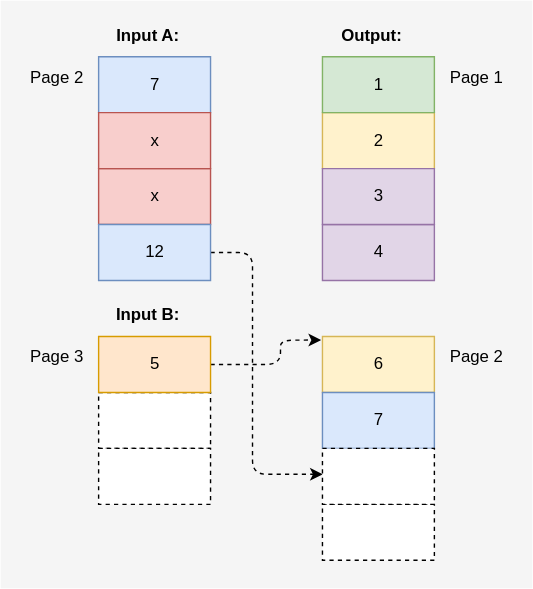
Earlier version of the draw.io export images/MergeResponsesKomplexSolution5.svg (cwahlmann/searchadapter). Source tidied: cells renumbered, new cells last; positions are measured from the earlier drawing's top-left corner, leaving out a move shared by most shapes.
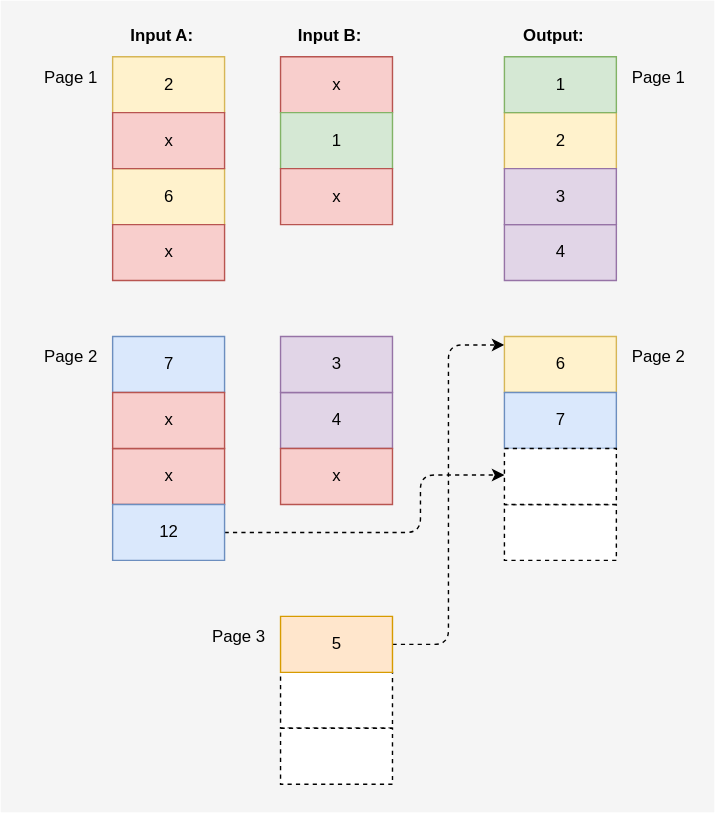
After the change.

Change to the diagram source:
```diff
@@ -3,89 +3,118 @@
     <mxCell id="0" />
     <mxCell id="1" parent="0" />
     <mxCell id="2" style="rounded=0;whiteSpace=wrap;html=1;fillColor=#f5f5f5;strokeColor=none;fontColor=#333333;" parent="1" vertex="1">
-      <mxGeometry width="380" height="420" as="geometry" />
+      <mxGeometry x="80" y="-80" width="510" height="580" as="geometry" />
     </mxCell>
-    <mxCell id="3" value="Page 1" style="text;html=1;align=center;verticalAlign=middle;strokeColor=none;fillColor=none;" parent="1" vertex="1">
-      <mxGeometry x="310" y="40" width="60" height="30" as="geometry" />
-    </mxCell>
-    <mxCell id="4" value="&lt;b&gt;Output:&lt;/b&gt;" style="text;html=1;align=center;verticalAlign=middle;strokeColor=none;fillColor=none;" parent="1" vertex="1">
-      <mxGeometry x="230" y="10" width="70" height="30" as="geometry" />
-    </mxCell>
-    <mxCell id="5" value="2" style="verticalLabelPosition=middle;verticalAlign=middle;html=1;shape=mxgraph.basic.rect;fillColor2=none;strokeWidth=1;size=20;indent=5;labelPosition=center;align=center;fillColor=#fff2cc;strokeColor=#d6b656;" parent="1" vertex="1">
-      <mxGeometry x="230" y="80" width="80" height="40" as="geometry" />
-    </mxCell>
-    <mxCell id="6" value="4" style="verticalLabelPosition=middle;verticalAlign=middle;html=1;shape=mxgraph.basic.rect;fillColor2=none;strokeWidth=1;size=20;indent=5;labelPosition=center;align=center;fillColor=#e1d5e7;strokeColor=#9673a6;" parent="1" vertex="1">
-      <mxGeometry x="230" y="160" width="80" height="40" as="geometry" />
-    </mxCell>
-    <mxCell id="7" value="1" style="verticalLabelPosition=middle;verticalAlign=middle;html=1;shape=mxgraph.basic.rect;fillColor2=none;strokeWidth=1;size=20;indent=5;labelPosition=center;align=center;fillColor=#d5e8d4;strokeColor=#82b366;" parent="1" vertex="1">
-      <mxGeometry x="230" y="40" width="80" height="40" as="geometry" />
-    </mxCell>
-    <mxCell id="8" value="3" style="verticalLabelPosition=middle;verticalAlign=middle;html=1;shape=mxgraph.basic.rect;fillColor2=none;strokeWidth=1;size=20;indent=5;labelPosition=center;align=center;fillColor=#e1d5e7;strokeColor=#9673a6;" parent="1" vertex="1">
-      <mxGeometry x="230" y="120" width="80" height="40" as="geometry" />
-    </mxCell>
-    <mxCell id="9" value="7" style="verticalLabelPosition=middle;verticalAlign=middle;html=1;shape=mxgraph.basic.rect;fillColor2=none;strokeWidth=1;size=20;indent=5;labelPosition=center;align=center;fillColor=#dae8fc;strokeColor=#6c8ebf;" parent="1" vertex="1">
-      <mxGeometry x="70" y="40" width="80" height="40" as="geometry" />
-    </mxCell>
-    <mxCell id="10" value="x" style="verticalLabelPosition=middle;verticalAlign=middle;html=1;shape=mxgraph.basic.rect;fillColor2=none;strokeWidth=1;size=20;indent=5;labelPosition=center;align=center;fillColor=#f8cecc;strokeColor=#b85450;" parent="1" vertex="1">
-      <mxGeometry x="70" y="120" width="80" height="40" as="geometry" />
-    </mxCell>
-    <mxCell id="11" style="edgeStyle=orthogonalEdgeStyle;rounded=1;jettySize=auto;html=1;entryX=0.002;entryY=0.463;entryDx=0;entryDy=0;entryPerimeter=0;dashed=1;" parent="1" edge="1" source="12" target="26">
+    <mxCell id="11" style="edgeStyle=orthogonalEdgeStyle;rounded=1;jettySize=auto;html=1;entryX=0;entryY=0.475;entryDx=0;entryDy=0;entryPerimeter=0;dashed=1;" parent="1" edge="1" target="40">
       <mxGeometry relative="1" as="geometry">
+        <mxPoint x="240" y="300" as="sourcePoint" />
         <Array as="points">
-          <mxPoint x="180" y="180" />
-          <mxPoint x="180" y="339" />
+          <mxPoint x="380" y="300" />
+          <mxPoint x="380" y="259" />
         </Array>
       </mxGeometry>
     </mxCell>
-    <mxCell id="12" value="12" style="verticalLabelPosition=middle;verticalAlign=middle;html=1;shape=mxgraph.basic.rect;fillColor2=none;strokeWidth=1;size=20;indent=5;labelPosition=center;align=center;fillColor=#dae8fc;strokeColor=#6c8ebf;" parent="1" vertex="1">
-      <mxGeometry x="70" y="160" width="80" height="40" as="geometry" />
-    </mxCell>
-    <mxCell id="13" value="Page 2" style="text;html=1;align=center;verticalAlign=middle;strokeColor=none;fillColor=none;" parent="1" vertex="1">
-      <mxGeometry x="10" y="40" width="60" height="30" as="geometry" />
-    </mxCell>
-    <mxCell id="14" value="&lt;b&gt;Input A:&lt;/b&gt;" style="text;html=1;align=center;verticalAlign=middle;strokeColor=none;fillColor=none;" parent="1" vertex="1">
-      <mxGeometry x="70" y="10" width="70" height="30" as="geometry" />
-    </mxCell>
-    <mxCell id="15" value="x" style="verticalLabelPosition=middle;verticalAlign=middle;html=1;shape=mxgraph.basic.rect;fillColor2=none;strokeWidth=1;size=20;indent=5;labelPosition=center;align=center;fillColor=#f8cecc;strokeColor=#b85450;" parent="1" vertex="1">
-      <mxGeometry x="70" y="80" width="80" height="40" as="geometry" />
-    </mxCell>
     <mxCell id="16" style="verticalLabelPosition=middle;verticalAlign=middle;html=1;shape=mxgraph.basic.rect;fillColor2=none;strokeWidth=1;size=20;indent=5;labelPosition=center;align=center;dashed=1;" parent="1" vertex="1">
-      <mxGeometry x="70" y="280" width="80" height="40" as="geometry" />
+      <mxGeometry x="280" y="400" width="80" height="40" as="geometry" />
     </mxCell>
-    <mxCell id="17" value="&lt;b&gt;Input B:&lt;/b&gt;" style="text;html=1;align=center;verticalAlign=middle;strokeColor=none;fillColor=none;" parent="1" vertex="1">
-      <mxGeometry x="70" y="210" width="70" height="30" as="geometry" />
-    </mxCell>
-    <mxCell id="18" style="edgeStyle=orthogonalEdgeStyle;rounded=1;jettySize=auto;html=1;entryX=-0.012;entryY=0.064;entryDx=0;entryDy=0;entryPerimeter=0;dashed=1;" parent="1" edge="1" source="19" target="22">
-      <mxGeometry relative="1" as="geometry">
-        <Array as="points">
-          <mxPoint x="200" y="260" />
-          <mxPoint x="200" y="243" />
-        </Array>
-      </mxGeometry>
-    </mxCell>
+    <mxCell id="27" style="edgeStyle=orthogonalEdgeStyle;rounded=1;jettySize=auto;html=1;entryX=0;entryY=0.15;entryDx=0;entryDy=0;entryPerimeter=0;dashed=1;" parent="1" edge="1" source="19" target="36">
+      <mxGeometry relative="1" as="geometry" />
+    </mxCell>
     <mxCell id="19" value="5" style="verticalLabelPosition=middle;verticalAlign=middle;html=1;shape=mxgraph.basic.rect;fillColor2=none;strokeWidth=1;size=20;indent=5;labelPosition=center;align=center;fillColor=#ffe6cc;strokeColor=#d79b00;" parent="1" vertex="1">
-      <mxGeometry x="70" y="240" width="80" height="40" as="geometry" />
+      <mxGeometry x="280" y="360" width="80" height="40" as="geometry" />
     </mxCell>
     <mxCell id="20" style="verticalLabelPosition=middle;verticalAlign=middle;html=1;shape=mxgraph.basic.rect;fillColor2=none;strokeWidth=1;size=20;indent=5;labelPosition=center;align=center;dashed=1;" parent="1" vertex="1">
-      <mxGeometry x="70" y="320" width="80" height="40" as="geometry" />
+      <mxGeometry x="280" y="440" width="80" height="40" as="geometry" />
     </mxCell>
     <mxCell id="21" value="Page 3" style="text;html=1;align=center;verticalAlign=middle;strokeColor=none;fillColor=none;" parent="1" vertex="1">
-      <mxGeometry x="10" y="240" width="60" height="30" as="geometry" />
+      <mxGeometry x="220" y="360" width="60" height="30" as="geometry" />
     </mxCell>
-    <mxCell id="22" value="6" style="verticalLabelPosition=middle;verticalAlign=middle;html=1;shape=mxgraph.basic.rect;fillColor2=none;strokeWidth=1;size=20;indent=5;labelPosition=center;align=center;fillColor=#fff2cc;strokeColor=#d6b656;" parent="1" vertex="1">
-      <mxGeometry x="230" y="240" width="80" height="40" as="geometry" />
-    </mxCell>
-    <mxCell id="23" value="Page 2" style="text;html=1;align=center;verticalAlign=middle;strokeColor=none;fillColor=none;" parent="1" vertex="1">
-      <mxGeometry x="310" y="240" width="60" height="30" as="geometry" />
-    </mxCell>
-    <mxCell id="24" value="7" style="verticalLabelPosition=middle;verticalAlign=middle;html=1;shape=mxgraph.basic.rect;fillColor2=none;strokeWidth=1;size=20;indent=5;labelPosition=center;align=center;fillColor=#dae8fc;strokeColor=#6c8ebf;" parent="1" vertex="1">
-      <mxGeometry x="230" y="280" width="80" height="40" as="geometry" />
-    </mxCell>
-    <mxCell id="25" style="verticalLabelPosition=middle;verticalAlign=middle;html=1;shape=mxgraph.basic.rect;fillColor2=none;strokeWidth=1;size=20;indent=5;labelPosition=center;align=center;dashed=1;" parent="1" vertex="1">
-      <mxGeometry x="230" y="360" width="80" height="40" as="geometry" />
-    </mxCell>
-    <mxCell id="26" style="verticalLabelPosition=middle;verticalAlign=middle;html=1;shape=mxgraph.basic.rect;fillColor2=none;strokeWidth=1;size=20;indent=5;labelPosition=center;align=center;dashed=1;" parent="1" vertex="1">
-      <mxGeometry x="230" y="320" width="80" height="40" as="geometry" />
-    </mxCell>
+    <mxCell id="28" value="Page 1" style="text;html=1;align=center;verticalAlign=middle;strokeColor=none;fillColor=none;" parent="1" vertex="1">
+      <mxGeometry x="520" y="-40" width="60" height="30" as="geometry" />
+    </mxCell>
+    <mxCell id="4" value="&lt;b&gt;Output:&lt;/b&gt;" style="text;html=1;align=center;verticalAlign=middle;strokeColor=none;fillColor=none;" parent="1" vertex="1">
+      <mxGeometry x="440" y="-70" width="70" height="30" as="geometry" />
+    </mxCell>
+    <mxCell id="29" value="2" style="verticalLabelPosition=middle;verticalAlign=middle;html=1;shape=mxgraph.basic.rect;fillColor2=none;strokeWidth=1;size=20;indent=5;labelPosition=center;align=center;fillColor=#fff2cc;strokeColor=#d6b656;" parent="1" vertex="1">
+      <mxGeometry x="440" width="80" height="40" as="geometry" />
+    </mxCell>
+    <mxCell id="30" value="4" style="verticalLabelPosition=middle;verticalAlign=middle;html=1;shape=mxgraph.basic.rect;fillColor2=none;strokeWidth=1;size=20;indent=5;labelPosition=center;align=center;fillColor=#e1d5e7;strokeColor=#9673a6;" parent="1" vertex="1">
+      <mxGeometry x="440" y="80" width="80" height="40" as="geometry" />
+    </mxCell>
+    <mxCell id="31" value="1" style="verticalLabelPosition=middle;verticalAlign=middle;html=1;shape=mxgraph.basic.rect;fillColor2=none;strokeWidth=1;size=20;indent=5;labelPosition=center;align=center;fillColor=#d5e8d4;strokeColor=#82b366;" parent="1" vertex="1">
+      <mxGeometry x="440" y="-40" width="80" height="40" as="geometry" />
+    </mxCell>
+    <mxCell id="32" value="3" style="verticalLabelPosition=middle;verticalAlign=middle;html=1;shape=mxgraph.basic.rect;fillColor2=none;strokeWidth=1;size=20;indent=5;labelPosition=center;align=center;fillColor=#e1d5e7;strokeColor=#9673a6;" parent="1" vertex="1">
+      <mxGeometry x="440" y="40" width="80" height="40" as="geometry" />
+    </mxCell>
+    <mxCell id="33" value="4" style="verticalLabelPosition=middle;verticalAlign=middle;html=1;shape=mxgraph.basic.rect;fillColor2=none;strokeWidth=1;size=20;indent=5;labelPosition=center;align=center;fillColor=#e1d5e7;strokeColor=#9673a6;" parent="1" vertex="1">
+      <mxGeometry x="280" y="200" width="80" height="40" as="geometry" />
+    </mxCell>
+    <mxCell id="34" value="3" style="verticalLabelPosition=middle;verticalAlign=middle;html=1;shape=mxgraph.basic.rect;fillColor2=none;strokeWidth=1;size=20;indent=5;labelPosition=center;align=center;fillColor=#e1d5e7;strokeColor=#9673a6;" parent="1" vertex="1">
+      <mxGeometry x="280" y="160" width="80" height="40" as="geometry" />
+    </mxCell>
+    <mxCell id="35" value="x" style="verticalLabelPosition=middle;verticalAlign=middle;html=1;shape=mxgraph.basic.rect;fillColor2=none;strokeWidth=1;size=20;indent=5;labelPosition=center;align=center;fillColor=#f8cecc;strokeColor=#b85450;" parent="1" vertex="1">
+      <mxGeometry x="280" y="240" width="80" height="40" as="geometry" />
+    </mxCell>
+    <mxCell id="36" value="6" style="verticalLabelPosition=middle;verticalAlign=middle;html=1;shape=mxgraph.basic.rect;fillColor2=none;strokeWidth=1;size=20;indent=5;labelPosition=center;align=center;fillColor=#fff2cc;strokeColor=#d6b656;" parent="1" vertex="1">
+      <mxGeometry x="440" y="160" width="80" height="40" as="geometry" />
+    </mxCell>
+    <mxCell id="37" value="Page 2" style="text;html=1;align=center;verticalAlign=middle;strokeColor=none;fillColor=none;" parent="1" vertex="1">
+      <mxGeometry x="520" y="160" width="60" height="30" as="geometry" />
+    </mxCell>
+    <mxCell id="38" value="7" style="verticalLabelPosition=middle;verticalAlign=middle;html=1;shape=mxgraph.basic.rect;fillColor2=none;strokeWidth=1;size=20;indent=5;labelPosition=center;align=center;fillColor=#dae8fc;strokeColor=#6c8ebf;" parent="1" vertex="1">
+      <mxGeometry x="440" y="200" width="80" height="40" as="geometry" />
+    </mxCell>
+    <mxCell id="39" style="verticalLabelPosition=middle;verticalAlign=middle;html=1;shape=mxgraph.basic.rect;fillColor2=none;strokeWidth=1;size=20;indent=5;labelPosition=center;align=center;dashed=1;" parent="1" vertex="1">
+      <mxGeometry x="440" y="280" width="80" height="40" as="geometry" />
+    </mxCell>
+    <mxCell id="40" style="verticalLabelPosition=middle;verticalAlign=middle;html=1;shape=mxgraph.basic.rect;fillColor2=none;strokeWidth=1;size=20;indent=5;labelPosition=center;align=center;dashed=1;" parent="1" vertex="1">
+      <mxGeometry x="440" y="240" width="80" height="40" as="geometry" />
+    </mxCell>
+    <mxCell id="41" value="7" style="verticalLabelPosition=middle;verticalAlign=middle;html=1;shape=mxgraph.basic.rect;fillColor2=none;strokeWidth=1;size=20;indent=5;labelPosition=center;align=center;fillColor=#dae8fc;strokeColor=#6c8ebf;" parent="1" vertex="1">
+      <mxGeometry x="160" y="160" width="80" height="40" as="geometry" />
+    </mxCell>
+    <mxCell id="42" value="x" style="verticalLabelPosition=middle;verticalAlign=middle;html=1;shape=mxgraph.basic.rect;fillColor2=none;strokeWidth=1;size=20;indent=5;labelPosition=center;align=center;fillColor=#f8cecc;strokeColor=#b85450;" parent="1" vertex="1">
+      <mxGeometry x="160" y="240" width="80" height="40" as="geometry" />
+    </mxCell>
+    <mxCell id="12" value="12" style="verticalLabelPosition=middle;verticalAlign=middle;html=1;shape=mxgraph.basic.rect;fillColor2=none;strokeWidth=1;size=20;indent=5;labelPosition=center;align=center;fillColor=#dae8fc;strokeColor=#6c8ebf;" parent="1" vertex="1">
+      <mxGeometry x="160" y="280" width="80" height="40" as="geometry" />
+    </mxCell>
+    <mxCell id="14" value="&lt;b&gt;Input A:&lt;/b&gt;" style="text;html=1;align=center;verticalAlign=middle;strokeColor=none;fillColor=none;" parent="1" vertex="1">
+      <mxGeometry x="160" y="-70" width="70" height="30" as="geometry" />
+    </mxCell>
+    <mxCell id="43" value="x" style="verticalLabelPosition=middle;verticalAlign=middle;html=1;shape=mxgraph.basic.rect;fillColor2=none;strokeWidth=1;size=20;indent=5;labelPosition=center;align=center;fillColor=#f8cecc;strokeColor=#b85450;" parent="1" vertex="1">
+      <mxGeometry x="160" y="200" width="80" height="40" as="geometry" />
+    </mxCell>
+    <mxCell id="44" value="x" style="verticalLabelPosition=middle;verticalAlign=middle;html=1;shape=mxgraph.basic.rect;fillColor2=none;strokeWidth=1;size=20;indent=5;labelPosition=center;align=center;fillColor=#f8cecc;strokeColor=#b85450;" parent="1" vertex="1">
+      <mxGeometry x="280" y="-40" width="80" height="40" as="geometry" />
+    </mxCell>
+    <mxCell id="45" value="1" style="verticalLabelPosition=middle;verticalAlign=middle;html=1;shape=mxgraph.basic.rect;fillColor2=none;strokeWidth=1;size=20;indent=5;labelPosition=center;align=center;fillColor=#d5e8d4;strokeColor=#82b366;" parent="1" vertex="1">
+      <mxGeometry x="280" width="80" height="40" as="geometry" />
+    </mxCell>
+    <mxCell id="17" value="&lt;b&gt;Input B:&lt;/b&gt;" style="text;html=1;align=center;verticalAlign=middle;strokeColor=none;fillColor=none;" parent="1" vertex="1">
+      <mxGeometry x="280" y="-70" width="70" height="30" as="geometry" />
+    </mxCell>
+    <mxCell id="46" value="x" style="verticalLabelPosition=middle;verticalAlign=middle;html=1;shape=mxgraph.basic.rect;fillColor2=none;strokeWidth=1;size=20;indent=5;labelPosition=center;align=center;fillColor=#f8cecc;strokeColor=#b85450;" parent="1" vertex="1">
+      <mxGeometry x="280" y="40" width="80" height="40" as="geometry" />
+    </mxCell>
+    <mxCell id="47" value="2" style="verticalLabelPosition=middle;verticalAlign=middle;html=1;shape=mxgraph.basic.rect;fillColor2=none;strokeWidth=1;size=20;indent=5;labelPosition=center;align=center;fillColor=#fff2cc;strokeColor=#d6b656;" parent="1" vertex="1">
+      <mxGeometry x="160" y="-40" width="80" height="40" as="geometry" />
+    </mxCell>
+    <mxCell id="48" value="6" style="verticalLabelPosition=middle;verticalAlign=middle;html=1;shape=mxgraph.basic.rect;fillColor2=none;strokeWidth=1;size=20;indent=5;labelPosition=center;align=center;fillColor=#fff2cc;strokeColor=#d6b656;" parent="1" vertex="1">
+      <mxGeometry x="160" y="40" width="80" height="40" as="geometry" />
+    </mxCell>
+    <mxCell id="49" value="x" style="verticalLabelPosition=middle;verticalAlign=middle;html=1;shape=mxgraph.basic.rect;fillColor2=none;strokeWidth=1;size=20;indent=5;labelPosition=center;align=center;fillColor=#f8cecc;strokeColor=#b85450;" parent="1" vertex="1">
+      <mxGeometry x="160" width="80" height="40" as="geometry" />
+    </mxCell>
+    <mxCell id="50" value="x" style="verticalLabelPosition=middle;verticalAlign=middle;html=1;shape=mxgraph.basic.rect;fillColor2=none;strokeWidth=1;size=20;indent=5;labelPosition=center;align=center;fillColor=#f8cecc;strokeColor=#b85450;" parent="1" vertex="1">
+      <mxGeometry x="160" y="80" width="80" height="40" as="geometry" />
+    </mxCell>
+    <mxCell id="51" value="Page 2" style="text;html=1;align=center;verticalAlign=middle;strokeColor=none;fillColor=none;" parent="1" vertex="1">
+      <mxGeometry x="100" y="160" width="60" height="30" as="geometry" />
+    </mxCell>
+    <mxCell id="52" value="Page 1" style="text;html=1;align=center;verticalAlign=middle;strokeColor=none;fillColor=none;" parent="1" vertex="1">
+      <mxGeometry x="100" y="-40" width="60" height="30" as="geometry" />
+    </mxCell>
   </root>
 </mxGraphModel>
```
